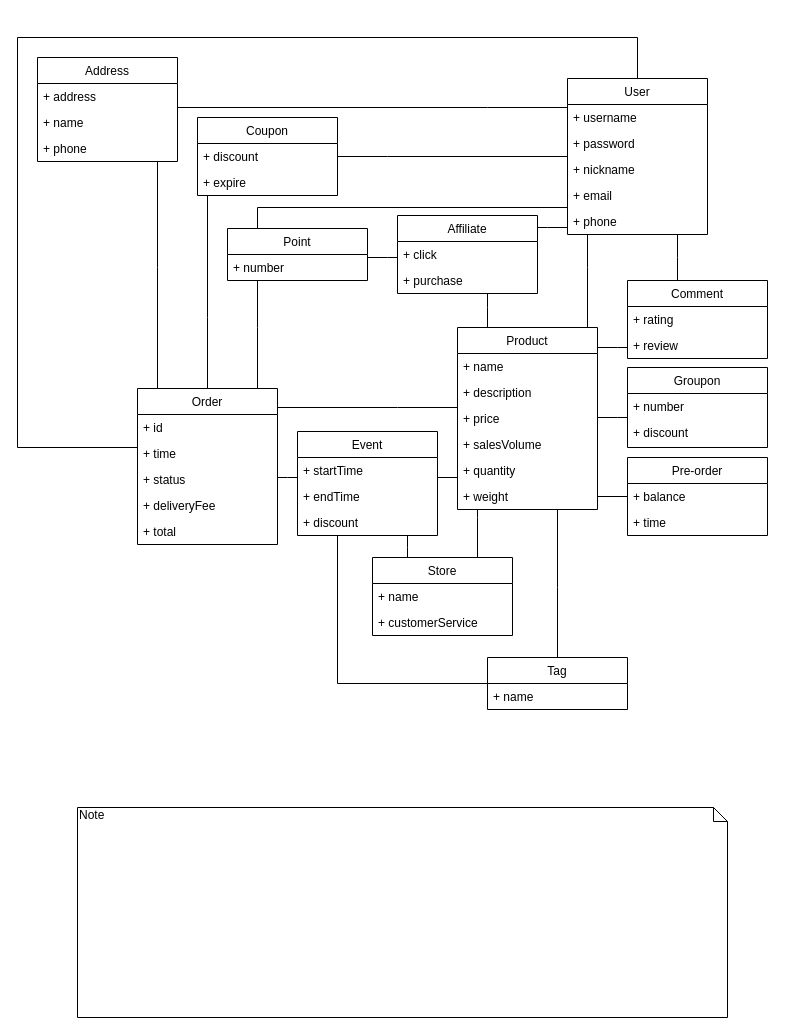
This is mall.drawio from jrsmith12138/diagrams, a draw.io file, before an edit. Source tidied: cells renumbered, new cells numbered last; positions are measured from the earlier drawing's top-left corner, leaving out a move shared by most shapes. Both pictures are drawn from the tidied source at 100%, with x=0, y=0 at pixel (17, 37).
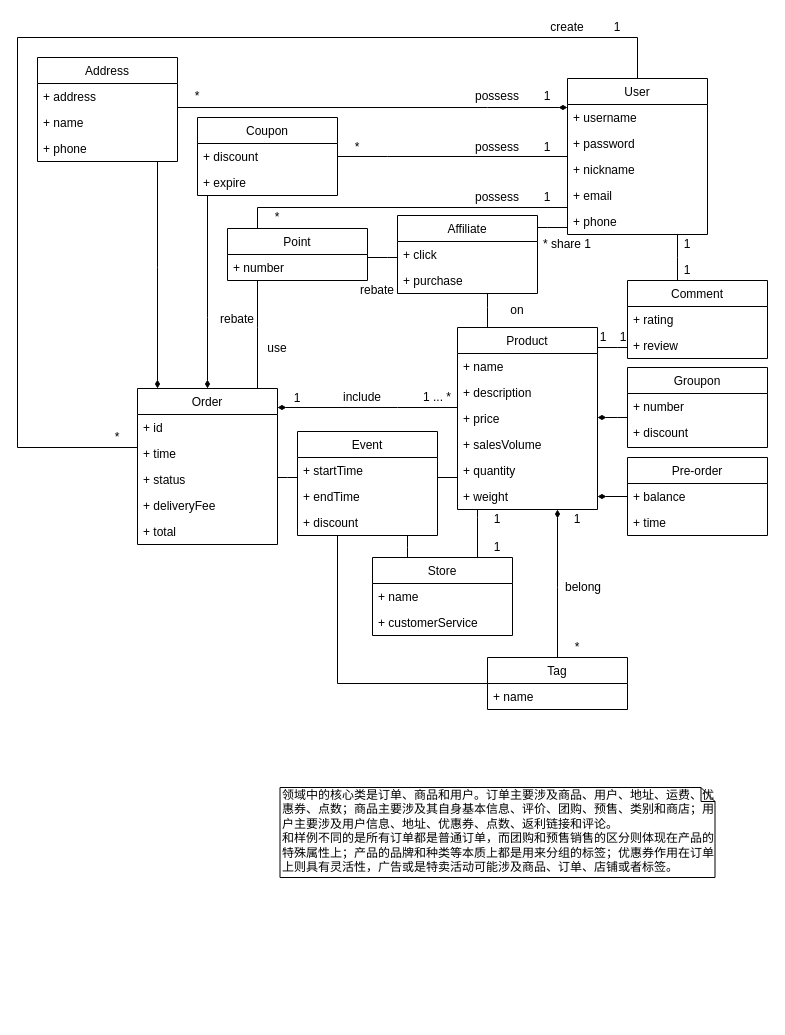
The same diagram, later.

Unchanged cells that the change refers to:
```xml
<mxCell id="24" value="Coupon" style="swimlane;fontStyle=0;horizontal=1;startSize=26;fillColor=none;" parent="1" vertex="1">
  <mxGeometry x="180" y="80" width="140" height="78" as="geometry" />
</mxCell>
<mxCell id="27" value="Address" style="swimlane;fontStyle=0;horizontal=1;startSize=26;fillColor=none;" parent="1" vertex="1">
  <mxGeometry x="20" y="20" width="140" height="104" as="geometry" />
</mxCell>
<mxCell id="31" value="Order" style="swimlane;fontStyle=0;horizontal=1;startSize=26;fillColor=none;" parent="1" vertex="1">
  <mxGeometry x="120" y="351" width="140" height="156" as="geometry" />
</mxCell>
<mxCell id="39" value="User" style="swimlane;fontStyle=0;horizontal=1;startSize=26;fillColor=none;" parent="1" vertex="1">
  <mxGeometry x="550" y="41" width="140" height="156" as="geometry" />
</mxCell>
<mxCell id="48" value="Product" style="swimlane;fontStyle=0;horizontal=1;startSize=26;fillColor=none;" parent="1" vertex="1">
  <mxGeometry x="440" y="290" width="140" height="182" as="geometry" />
</mxCell>
<mxCell id="58" value="Groupon" style="swimlane;fontStyle=0;horizontal=1;startSize=26;fillColor=none;" parent="1" vertex="1">
  <mxGeometry x="610" y="330" width="140" height="80" as="geometry" />
</mxCell>
<mxCell id="61" value="Pre-order" style="swimlane;fontStyle=0;horizontal=1;startSize=26;fillColor=none;" parent="1" vertex="1">
  <mxGeometry x="610" y="420" width="140" height="78" as="geometry" />
</mxCell>
<mxCell id="68" value="Tag" style="swimlane;fontStyle=0;horizontal=1;startSize=26;fillColor=none;" parent="1" vertex="1">
  <mxGeometry x="470" y="620" width="140" height="52" as="geometry" />
</mxCell>
```

What changed in the source:
```diff
@@
-    <mxCell id="2" style="edgeStyle=orthogonalEdgeStyle;rounded=0;jettySize=auto;html=1;endArrow=none;endFill=0;" parent="1" edge="1" source="27" target="39">
+    <mxCell id="2" style="edgeStyle=orthogonalEdgeStyle;rounded=0;jettySize=auto;html=1;endArrow=diamondThin;endFill=1;" parent="1" edge="1" source="27" target="39">
       <mxGeometry relative="1" as="geometry">
         <Array as="points">
           <mxPoint x="470" y="70" />
           <mxPoint x="470" y="70" />
         </Array>
       </mxGeometry>
     </mxCell>
@@
-    <mxCell id="6" style="edgeStyle=orthogonalEdgeStyle;rounded=0;jettySize=auto;html=1;endArrow=none;endFill=0;" parent="1" edge="1" source="68" target="48">
+    <mxCell id="6" style="edgeStyle=orthogonalEdgeStyle;rounded=0;jettySize=auto;html=1;endArrow=diamondThin;endFill=1;" parent="1" edge="1" source="68" target="48">
       <mxGeometry relative="1" as="geometry">
         <Array as="points">
           <mxPoint x="540" y="550" />
           <mxPoint x="540" y="550" />
         </Array>
       </mxGeometry>
     </mxCell>
-    <mxCell id="7" style="edgeStyle=orthogonalEdgeStyle;rounded=0;jettySize=auto;html=1;endArrow=none;endFill=0;" parent="1" edge="1" source="48" target="31">
+    <mxCell id="7" style="edgeStyle=orthogonalEdgeStyle;rounded=0;jettySize=auto;html=1;endArrow=diamondThin;endFill=1;" parent="1" edge="1" source="48" target="31">
       <mxGeometry relative="1" as="geometry">
         <Array as="points">
           <mxPoint x="380" y="370" />
           <mxPoint x="380" y="370" />
         </Array>
       </mxGeometry>
     </mxCell>
@@
-    <mxCell id="9" style="edgeStyle=orthogonalEdgeStyle;rounded=0;jettySize=auto;html=1;endArrow=none;endFill=0;" parent="1" edge="1" source="24" target="31">
+    <mxCell id="9" style="edgeStyle=orthogonalEdgeStyle;rounded=0;jettySize=auto;html=1;endArrow=diamondThin;endFill=1;" parent="1" edge="1" source="24" target="31">
       <mxGeometry relative="1" as="geometry">
         <Array as="points">
           <mxPoint x="190" y="280" />
           <mxPoint x="190" y="280" />
         </Array>
       </mxGeometry>
     </mxCell>
-    <mxCell id="10" style="edgeStyle=orthogonalEdgeStyle;rounded=0;jettySize=auto;html=1;endArrow=none;endFill=0;" parent="1" edge="1" source="61" target="48">
+    <mxCell id="10" style="edgeStyle=orthogonalEdgeStyle;rounded=0;jettySize=auto;html=1;endArrow=diamondThin;endFill=1;" parent="1" edge="1" source="61" target="48">
       <mxGeometry relative="1" as="geometry">
         <Array as="points">
           <mxPoint x="580" y="450" />
           <mxPoint x="580" y="450" />
         </Array>
       </mxGeometry>
     </mxCell>
-    <mxCell id="11" style="edgeStyle=orthogonalEdgeStyle;rounded=0;jettySize=auto;html=1;endArrow=none;endFill=0;" parent="1" edge="1" source="58" target="48">
+    <mxCell id="11" style="edgeStyle=orthogonalEdgeStyle;rounded=0;jettySize=auto;html=1;endArrow=diamondThin;endFill=1;" parent="1" edge="1" source="58" target="48">
       <mxGeometry relative="1" as="geometry">
         <Array as="points">
           <mxPoint x="600" y="380" />
           <mxPoint x="600" y="380" />
         </Array>
       </mxGeometry>
     </mxCell>
-    <mxCell id="12" style="edgeStyle=orthogonalEdgeStyle;rounded=0;jettySize=auto;html=1;endArrow=none;endFill=0;" parent="1" edge="1" source="27" target="31">
+    <mxCell id="12" style="edgeStyle=orthogonalEdgeStyle;rounded=0;jettySize=auto;html=1;endArrow=diamondThin;endFill=1;" parent="1" edge="1" source="27" target="31">
       <mxGeometry relative="1" as="geometry">
         <Array as="points">
           <mxPoint x="140" y="230" />
           <mxPoint x="140" y="230" />
         </Array>
       </mxGeometry>
     </mxCell>
@@
-    <mxCell id="15" style="edgeStyle=orthogonalEdgeStyle;rounded=0;jettySize=auto;html=1;endArrow=none;endFill=0;" parent="1" edge="1" source="39" target="48">
-      <mxGeometry relative="1" as="geometry">
-        <Array as="points">
-          <mxPoint x="570" y="230" />
-          <mxPoint x="570" y="230" />
-        </Array>
-      </mxGeometry>
-    </mxCell>
@@
+    <mxCell id="73" value="&lt;div&gt;领域中的核心类是订单、商品和用户。订单主要涉及商品、用户、地址、运费、优惠券、点数；商品主要涉及其自身基本信息、评价、团购、预售、类别和商店；用户主要涉及用户信息、地址、优惠券、点数、返利链接和评论。&lt;/div&gt;&lt;div&gt;和样例不同的是所有订单都是普通订单，而团购和预售销售的区分则体现在产品的特殊属性上；产品的品牌和种类等本质上都是用来分组的标签；优惠券作用在订单上则具有灵活性，广告或是特卖活动可能涉及商品、订单、店铺或者标签。&lt;/div&gt;" style="shape=note;whiteSpace=wrap;html=1;size=14;verticalAlign=top;align=left;spacingTop=-6;" parent="1" vertex="1">
+      <mxGeometry x="262.5" y="750" width="435" height="90" as="geometry" />
+    </mxCell>
@@
-    <mxCell id="73" value="Note" style="shape=note;whiteSpace=wrap;html=1;size=14;verticalAlign=top;align=left;spacingTop=-6;" parent="1" vertex="1">
-      <mxGeometry x="60" y="770" width="650" height="210" as="geometry" />
-    </mxCell>
+    <mxCell id="74" value="1" style="text;html=1;strokeColor=none;fillColor=none;align=center;verticalAlign=middle;whiteSpace=wrap;rounded=0;" parent="1" vertex="1">
+      <mxGeometry x="580" y="-20" width="40" height="20" as="geometry" />
+    </mxCell>
+    <mxCell id="75" value="*" style="text;html=1;strokeColor=none;fillColor=none;align=center;verticalAlign=middle;whiteSpace=wrap;rounded=0;" parent="1" vertex="1">
+      <mxGeometry x="80" y="390" width="40" height="20" as="geometry" />
+    </mxCell>
+    <mxCell id="76" value="create" style="text;html=1;strokeColor=none;fillColor=none;align=center;verticalAlign=middle;whiteSpace=wrap;rounded=0;" parent="1" vertex="1">
+      <mxGeometry x="530" y="-20" width="40" height="20" as="geometry" />
+    </mxCell>
+    <mxCell id="77" value="1" style="text;html=1;strokeColor=none;fillColor=none;align=center;verticalAlign=middle;whiteSpace=wrap;rounded=0;" parent="1" vertex="1">
+      <mxGeometry x="510" y="49" width="40" height="20" as="geometry" />
+    </mxCell>
+    <mxCell id="78" value="*" style="text;html=1;strokeColor=none;fillColor=none;align=center;verticalAlign=middle;whiteSpace=wrap;rounded=0;" parent="1" vertex="1">
+      <mxGeometry x="160" y="49" width="40" height="20" as="geometry" />
+    </mxCell>
+    <mxCell id="79" value="possess" style="text;html=1;strokeColor=none;fillColor=none;align=center;verticalAlign=middle;whiteSpace=wrap;rounded=0;" parent="1" vertex="1">
+      <mxGeometry x="460" y="49" width="40" height="20" as="geometry" />
+    </mxCell>
+    <mxCell id="80" value="1" style="text;html=1;strokeColor=none;fillColor=none;align=center;verticalAlign=middle;whiteSpace=wrap;rounded=0;" parent="1" vertex="1">
+      <mxGeometry x="510" y="100" width="40" height="20" as="geometry" />
+    </mxCell>
+    <mxCell id="81" value="1" style="text;html=1;strokeColor=none;fillColor=none;align=center;verticalAlign=middle;whiteSpace=wrap;rounded=0;" parent="1" vertex="1">
+      <mxGeometry x="510" y="150" width="40" height="20" as="geometry" />
+    </mxCell>
+    <mxCell id="82" value="possess" style="text;html=1;strokeColor=none;fillColor=none;align=center;verticalAlign=middle;whiteSpace=wrap;rounded=0;" parent="1" vertex="1">
+      <mxGeometry x="460" y="100" width="40" height="20" as="geometry" />
+    </mxCell>
+    <mxCell id="83" value="possess" style="text;html=1;strokeColor=none;fillColor=none;align=center;verticalAlign=middle;whiteSpace=wrap;rounded=0;" parent="1" vertex="1">
+      <mxGeometry x="460" y="150" width="40" height="20" as="geometry" />
+    </mxCell>
+    <mxCell id="84" value="*" style="text;html=1;strokeColor=none;fillColor=none;align=center;verticalAlign=middle;whiteSpace=wrap;rounded=0;" parent="1" vertex="1">
+      <mxGeometry x="240" y="170" width="40" height="20" as="geometry" />
+    </mxCell>
+    <mxCell id="85" value="*" style="text;html=1;strokeColor=none;fillColor=none;align=center;verticalAlign=middle;whiteSpace=wrap;rounded=0;" parent="1" vertex="1">
+      <mxGeometry x="320" y="100" width="40" height="20" as="geometry" />
+    </mxCell>
+    <mxCell id="86" value="* share 1" style="text;html=1;strokeColor=none;fillColor=none;align=center;verticalAlign=middle;whiteSpace=wrap;rounded=0;" parent="1" vertex="1">
+      <mxGeometry x="505" y="197" width="90" height="20" as="geometry" />
+    </mxCell>
+    <mxCell id="87" value="use" style="text;html=1;strokeColor=none;fillColor=none;align=center;verticalAlign=middle;whiteSpace=wrap;rounded=0;" parent="1" vertex="1">
+      <mxGeometry x="240" y="301" width="40" height="20" as="geometry" />
+    </mxCell>
+    <mxCell id="88" value="rebate" style="text;html=1;strokeColor=none;fillColor=none;align=center;verticalAlign=middle;whiteSpace=wrap;rounded=0;" parent="1" vertex="1">
+      <mxGeometry x="200" y="272" width="40" height="20" as="geometry" />
+    </mxCell>
+    <mxCell id="89" value="rebate" style="text;html=1;strokeColor=none;fillColor=none;align=center;verticalAlign=middle;whiteSpace=wrap;rounded=0;" parent="1" vertex="1">
+      <mxGeometry x="340" y="243" width="40" height="20" as="geometry" />
+    </mxCell>
+    <mxCell id="90" value="on" style="text;html=1;strokeColor=none;fillColor=none;align=center;verticalAlign=middle;whiteSpace=wrap;rounded=0;" parent="1" vertex="1">
+      <mxGeometry x="480" y="263" width="40" height="20" as="geometry" />
+    </mxCell>
+    <mxCell id="91" value="1" style="text;html=1;strokeColor=none;fillColor=none;align=center;verticalAlign=middle;whiteSpace=wrap;rounded=0;" parent="1" vertex="1">
+      <mxGeometry x="650" y="197" width="40" height="20" as="geometry" />
+    </mxCell>
+    <mxCell id="92" value="1" style="text;html=1;strokeColor=none;fillColor=none;align=center;verticalAlign=middle;whiteSpace=wrap;rounded=0;" parent="1" vertex="1">
+      <mxGeometry x="650" y="223" width="40" height="20" as="geometry" />
+    </mxCell>
+    <mxCell id="93" value="1" style="text;html=1;strokeColor=none;fillColor=none;align=center;verticalAlign=middle;whiteSpace=wrap;rounded=0;" parent="1" vertex="1">
+      <mxGeometry x="566" y="290" width="40" height="20" as="geometry" />
+    </mxCell>
+    <mxCell id="94" value="1" style="text;html=1;strokeColor=none;fillColor=none;align=center;verticalAlign=middle;whiteSpace=wrap;rounded=0;" parent="1" vertex="1">
+      <mxGeometry x="540" y="472" width="40" height="20" as="geometry" />
+    </mxCell>
+    <mxCell id="95" value="1" style="text;html=1;strokeColor=none;fillColor=none;align=center;verticalAlign=middle;whiteSpace=wrap;rounded=0;" parent="1" vertex="1">
+      <mxGeometry x="586" y="290" width="40" height="20" as="geometry" />
+    </mxCell>
+    <mxCell id="96" value="*" style="text;html=1;strokeColor=none;fillColor=none;align=center;verticalAlign=middle;whiteSpace=wrap;rounded=0;" parent="1" vertex="1">
+      <mxGeometry x="540" y="600" width="40" height="20" as="geometry" />
+    </mxCell>
+    <mxCell id="97" value="belong" style="text;html=1;strokeColor=none;fillColor=none;align=center;verticalAlign=middle;whiteSpace=wrap;rounded=0;" parent="1" vertex="1">
+      <mxGeometry x="546" y="540" width="40" height="20" as="geometry" />
+    </mxCell>
+    <mxCell id="98" value="1" style="text;html=1;strokeColor=none;fillColor=none;align=center;verticalAlign=middle;whiteSpace=wrap;rounded=0;" parent="1" vertex="1">
+      <mxGeometry x="460" y="472" width="40" height="20" as="geometry" />
+    </mxCell>
+    <mxCell id="99" value="1" style="text;html=1;strokeColor=none;fillColor=none;align=center;verticalAlign=middle;whiteSpace=wrap;rounded=0;" parent="1" vertex="1">
+      <mxGeometry x="460" y="500" width="40" height="20" as="geometry" />
+    </mxCell>
+    <mxCell id="100" value="1" style="text;html=1;strokeColor=none;fillColor=none;align=center;verticalAlign=middle;whiteSpace=wrap;rounded=0;" parent="1" vertex="1">
+      <mxGeometry x="260" y="351" width="40" height="20" as="geometry" />
+    </mxCell>
+    <mxCell id="101" value="1 ... *" style="text;html=1;strokeColor=none;fillColor=none;align=center;verticalAlign=middle;whiteSpace=wrap;rounded=0;" parent="1" vertex="1">
+      <mxGeometry x="400" y="350" width="40" height="20" as="geometry" />
+    </mxCell>
+    <mxCell id="102" value="include" style="text;html=1;strokeColor=none;fillColor=none;align=center;verticalAlign=middle;whiteSpace=wrap;rounded=0;" parent="1" vertex="1">
+      <mxGeometry x="325" y="350" width="40" height="20" as="geometry" />
+    </mxCell>
```
